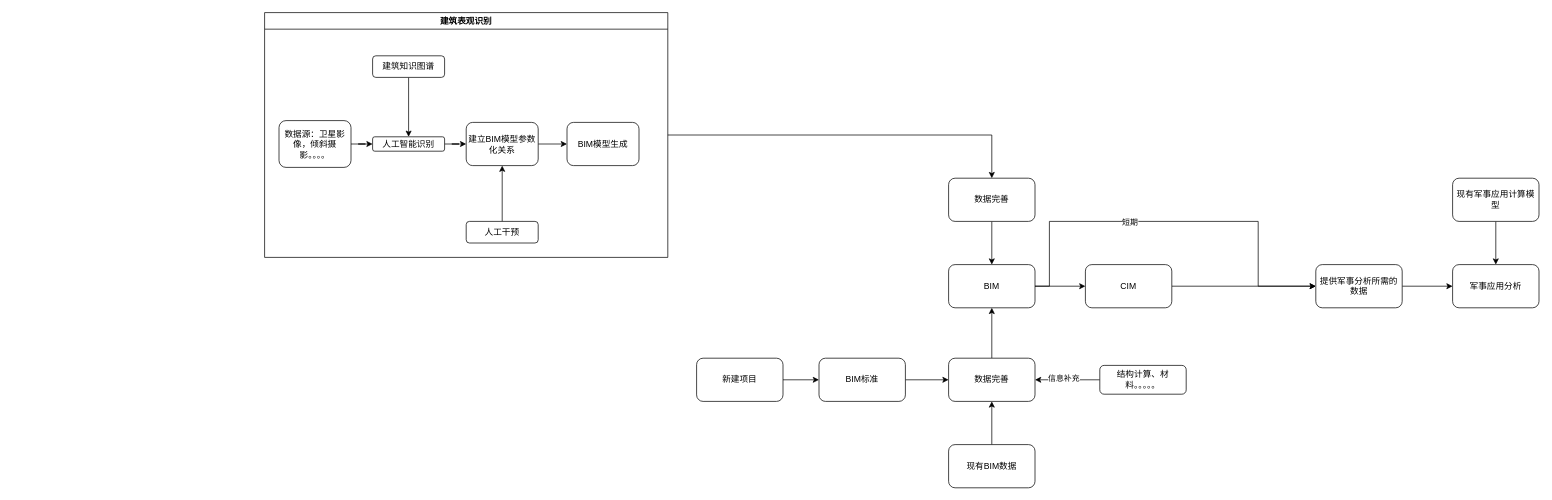
This is BuildingSurfaceToBIM.drawio from gaochaowyq/MinderGraph, a draw.io file, before an edit. Source tidied: cells renumbered, new cells numbered last; positions are measured from the earlier drawing's top-left corner, leaving out a move shared by most shapes. Both pictures are drawn from the tidied source at 72%, with x=0, y=0 at pixel (264, 12).
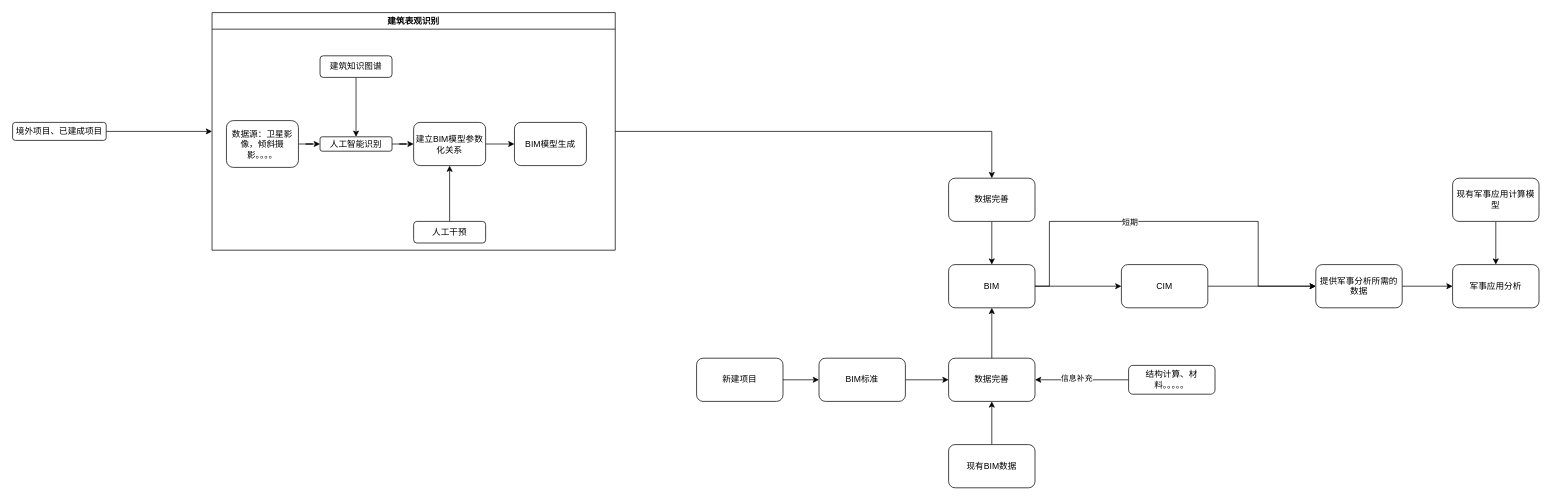
The same diagram, later.

What changed in the source:
```diff
@@
     <mxCell id="14" value="CIM" style="rounded=1;whiteSpace=wrap;html=1;" parent="1" vertex="1">
-      <mxGeometry x="1140" y="350" width="120" height="60" as="geometry" />
+      <mxGeometry x="1190" y="350" width="120" height="60" as="geometry" />
     </mxCell>
@@
     <mxCell id="17" value="结构计算、材料。。。。。" style="rounded=1;whiteSpace=wrap;html=1;" parent="1" vertex="1">
-      <mxGeometry x="1160" y="490" width="120" height="40" as="geometry" />
+      <mxGeometry x="1200" y="490" width="120" height="40" as="geometry" />
     </mxCell>
@@
     <mxCell id="25" value="建筑表观识别" style="swimlane;" parent="1" vertex="1">
-      <mxGeometry width="560" height="340" as="geometry" />
+      <mxGeometry x="-73" width="560" height="330" as="geometry" />
     </mxCell>
@@
+    <mxCell id="39" style="edgeStyle=orthogonalEdgeStyle;rounded=0;jettySize=auto;html=1;entryX=0;entryY=0.5;entryDx=0;entryDy=0;" parent="1" edge="1" source="40" target="25">
+      <mxGeometry relative="1" as="geometry" />
+    </mxCell>
+    <mxCell id="40" value="境外项目、已建成项目" style="rounded=1;whiteSpace=wrap;html=1;" parent="1" vertex="1">
+      <mxGeometry x="-350" y="152.5" width="130" height="25" as="geometry" />
+    </mxCell>
```
